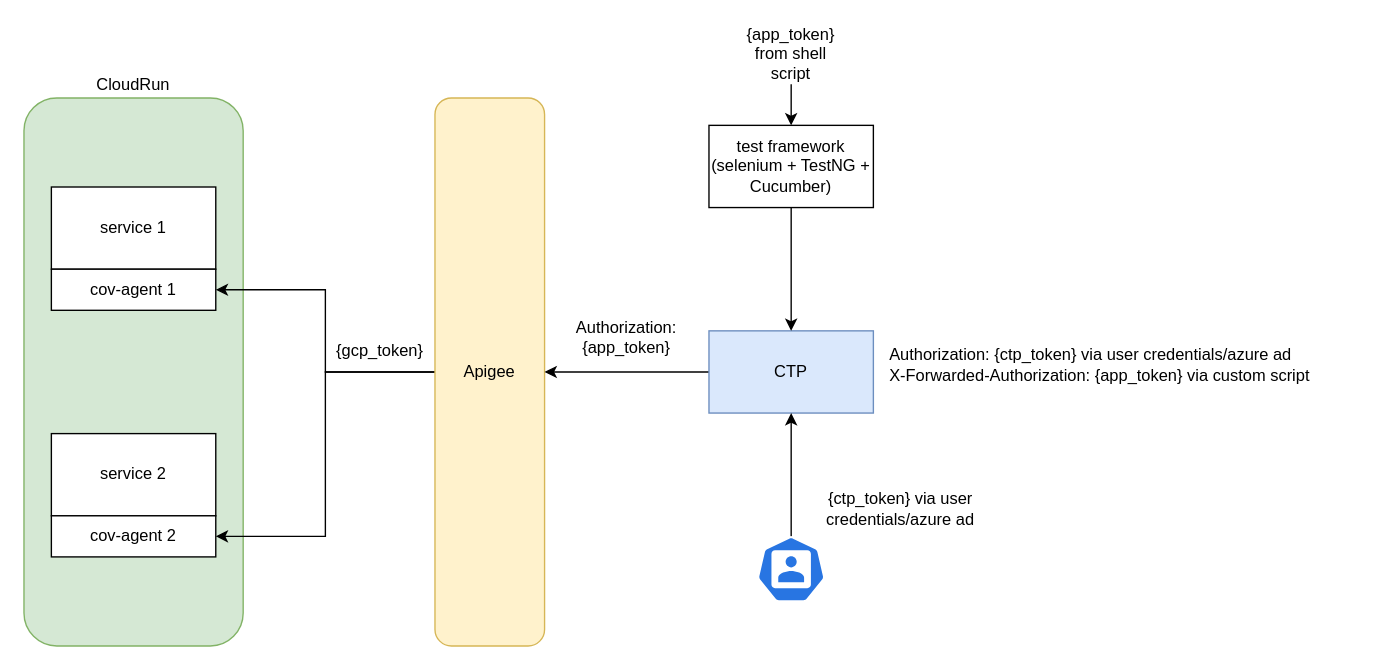
The draw.io diagram poc.drawio in gtrofimov/draw-io-projects, before the edit. Source tidied: cells renumbered, new cells numbered last; positions are measured from the earlier drawing's top-left corner, leaving out a move shared by most shapes. Both pictures are drawn from the tidied source at 137%, with x=0, y=0 at pixel (23, 42).
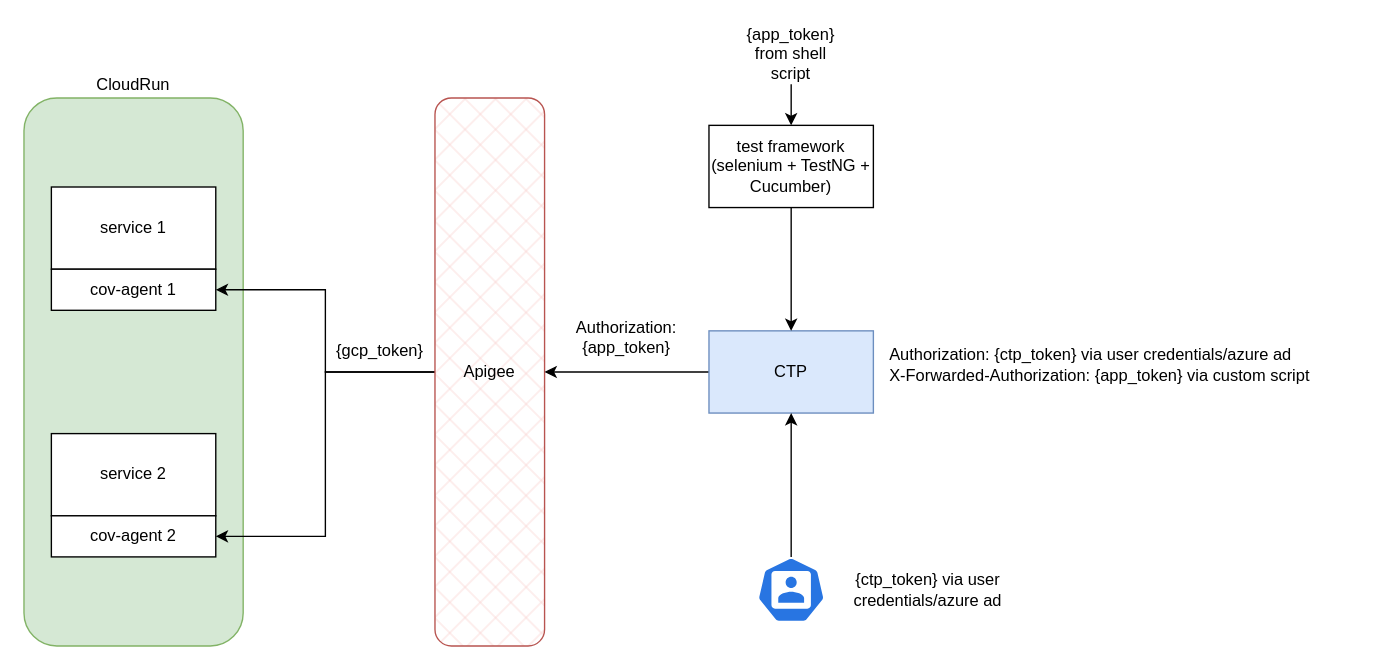
The same diagram, later.

Change to the diagram source:
```diff
@@
-    <mxCell id="7" value="Apigee" style="rounded=1;whiteSpace=wrap;html=1;labelPosition=center;verticalLabelPosition=middle;align=center;verticalAlign=middle;fillColor=#fff2cc;strokeColor=#d6b656;" parent="1" vertex="1">
+    <mxCell id="7" value="Apigee" style="rounded=1;whiteSpace=wrap;html=1;labelPosition=center;verticalLabelPosition=middle;align=center;verticalAlign=middle;fillColor=#f8cecc;strokeColor=#b85450;fillStyle=cross-hatch;" parent="1" vertex="1">
       <mxGeometry x="300" y="40" width="80" height="400" as="geometry" />
     </mxCell>
@@
     <mxCell id="20" style="sketch=0;html=1;dashed=0;whitespace=wrap;verticalLabelPosition=bottom;verticalAlign=top;fillColor=#2875E2;strokeColor=#ffffff;points=[[0.005,0.63,0],[0.1,0.2,0],[0.9,0.2,0],[0.5,0,0],[0.995,0.63,0],[0.72,0.99,0],[0.5,1,0],[0.28,0.99,0]];shape=mxgraph.kubernetes.icon2;prIcon=user;" parent="1" vertex="1">
-      <mxGeometry x="535" y="360" width="50" height="48" as="geometry" />
+      <mxGeometry x="535" y="375" width="50" height="48" as="geometry" />
     </mxCell>
     <mxCell id="21" value="{ctp_token} via user credentials/azure ad" style="text;html=1;align=center;verticalAlign=middle;whiteSpace=wrap;rounded=0;" parent="1" vertex="1">
-      <mxGeometry x="570" y="320" width="140" height="40" as="geometry" />
+      <mxGeometry x="590" y="379" width="140" height="40" as="geometry" />
     </mxCell>
```
